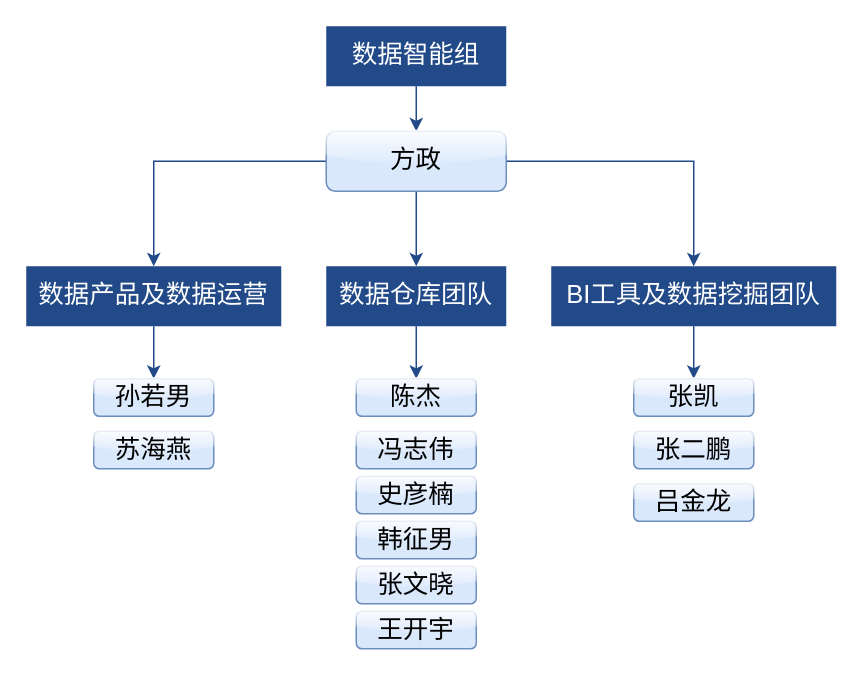
The draw.io diagram pet_data_warehouse/数据团队组织架构.drawio in fangzheng0518/draw, before the edit. Source tidied: cells renumbered, new cells numbered last; positions are measured from the earlier drawing's top-left corner, leaving out a move shared by most shapes. Both pictures are drawn from the tidied source at 150%, with x=0, y=0 at pixel (26, 26).
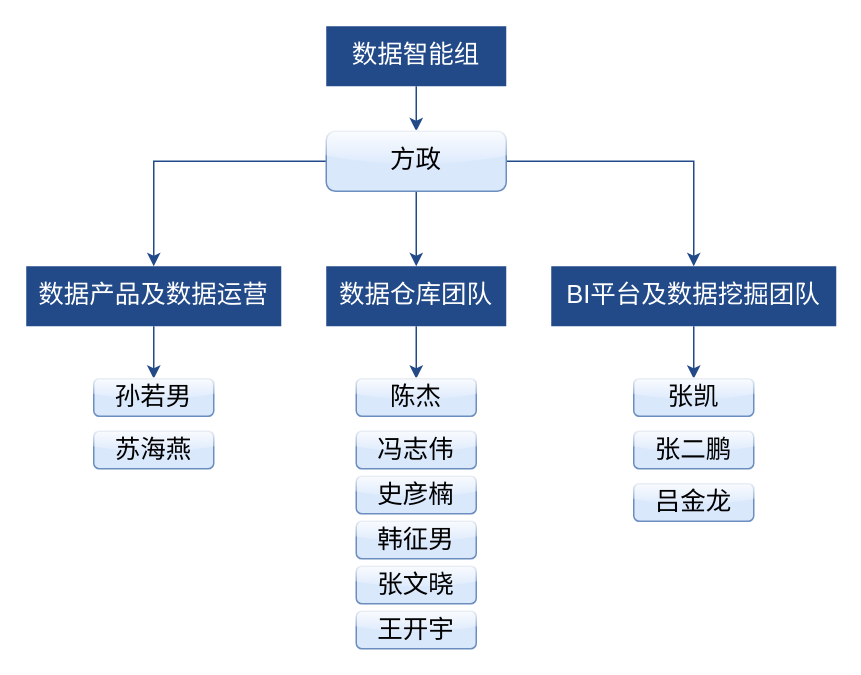
After the change.

Commit message (it also covers changes not shown here):
更新数据团队组织架构.drawio

Change to the diagram source:
```diff
@@
-    <mxCell id="11" value="&lt;span style=&quot;font-size: 17px&quot;&gt;BI工具及数据挖掘团队&lt;/span&gt;" style="rounded=0;whiteSpace=wrap;html=1;fontColor=#FFFFFF;strokeColor=none;fillColor=#224a88;" parent="1" vertex="1">
+    <mxCell id="11" value="&lt;span style=&quot;font-size: 17px&quot;&gt;BI平台及数据挖掘团队&lt;/span&gt;" style="rounded=0;whiteSpace=wrap;html=1;fontColor=#FFFFFF;strokeColor=none;fillColor=#224a88;" parent="1" vertex="1">
       <mxGeometry x="350" y="160" width="190" height="40" as="geometry" />
     </mxCell>
```
